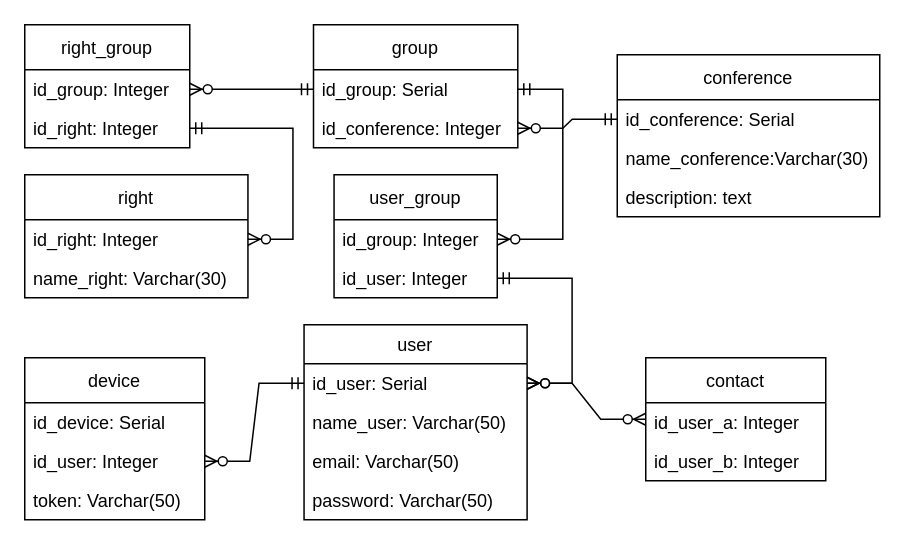
The draw.io diagram ТОАУ/ЛР4/2.drawio in eldarian-1/pstu, before the edit. Source tidied: cells renumbered, new cells numbered last; positions are measured from the earlier drawing's top-left corner, leaving out a move shared by most shapes. Both pictures are drawn from the tidied source at 150%, with x=0, y=0 at pixel (24, 24).
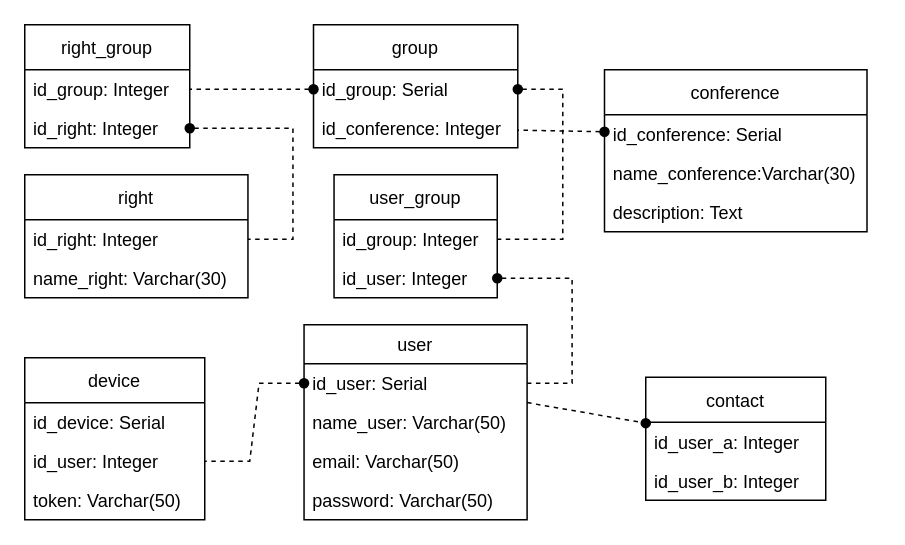
After the change.

Unchanged cells that the change refers to:
```xml
<mxCell id="3" value="id_group: Integer" style="text;strokeColor=none;fillColor=none;align=left;verticalAlign=top;spacingLeft=4;spacingRight=4;overflow=hidden;points=[[0,0.5],[1,0.5]];portConstraint=eastwest;" parent="2" vertex="1">
  <mxGeometry y="30" width="110" height="26" as="geometry" />
</mxCell>
<mxCell id="4" value="id_right: Integer" style="text;strokeColor=none;fillColor=none;align=left;verticalAlign=top;spacingLeft=4;spacingRight=4;overflow=hidden;points=[[0,0.5],[1,0.5]];portConstraint=eastwest;" parent="2" vertex="1">
  <mxGeometry y="56" width="110" height="26" as="geometry" />
</mxCell>
<mxCell id="6" value="id_user: Serial" style="text;strokeColor=none;fillColor=none;align=left;verticalAlign=top;spacingLeft=4;spacingRight=4;overflow=hidden;points=[[0,0.5],[1,0.5]];portConstraint=eastwest;" parent="5" vertex="1">
  <mxGeometry y="26" width="148.7" height="26" as="geometry" />
</mxCell>
<mxCell id="14" value="id_right: Integer" style="text;strokeColor=none;fillColor=none;align=left;verticalAlign=top;spacingLeft=4;spacingRight=4;overflow=hidden;points=[[0,0.5],[1,0.5]];portConstraint=eastwest;" parent="13" vertex="1">
  <mxGeometry y="30" width="148.8" height="26" as="geometry" />
</mxCell>
<mxCell id="18" value="id_user: Integer" style="text;strokeColor=none;fillColor=none;align=left;verticalAlign=top;spacingLeft=4;spacingRight=4;overflow=hidden;points=[[0,0.5],[1,0.5]];portConstraint=eastwest;" parent="16" vertex="1">
  <mxGeometry y="56" width="120" height="26" as="geometry" />
</mxCell>
<mxCell id="21" value="id_conference: Serial" style="text;strokeColor=none;fillColor=none;align=left;verticalAlign=top;spacingLeft=4;spacingRight=4;overflow=hidden;points=[[0,0.5],[1,0.5]];portConstraint=eastwest;" parent="20" vertex="1">
  <mxGeometry y="30" width="175" height="26" as="geometry" />
</mxCell>
<mxCell id="25" value="id_group: Integer" style="text;strokeColor=none;fillColor=none;align=left;verticalAlign=top;spacingLeft=4;spacingRight=4;overflow=hidden;points=[[0,0.5],[1,0.5]];portConstraint=eastwest;" parent="24" vertex="1">
  <mxGeometry y="30" width="108.8" height="26" as="geometry" />
</mxCell>
<mxCell id="26" value="id_user: Integer" style="text;strokeColor=none;fillColor=none;align=left;verticalAlign=top;spacingLeft=4;spacingRight=4;overflow=hidden;points=[[0,0.5],[1,0.5]];portConstraint=eastwest;" parent="24" vertex="1">
  <mxGeometry y="56" width="108.8" height="26" as="geometry" />
</mxCell>
<mxCell id="28" value="id_group: Serial" style="text;strokeColor=none;fillColor=none;align=left;verticalAlign=top;spacingLeft=4;spacingRight=4;overflow=hidden;points=[[0,0.5],[1,0.5]];portConstraint=eastwest;" parent="27" vertex="1">
  <mxGeometry y="30" width="136.2" height="26" as="geometry" />
</mxCell>
<mxCell id="29" value="id_conference: Integer" style="text;strokeColor=none;fillColor=none;align=left;verticalAlign=top;spacingLeft=4;spacingRight=4;overflow=hidden;points=[[0,0.5],[1,0.5]];portConstraint=eastwest;" parent="27" vertex="1">
  <mxGeometry y="56" width="136.2" height="26" as="geometry" />
</mxCell>
```

Diff of the diagram source:
```diff
@@
     <mxCell id="10" value="contact" style="swimlane;fontStyle=0;horizontal=1;startSize=30;fillColor=none;" parent="1" vertex="1">
-      <mxGeometry x="414" y="222" width="120" height="82" as="geometry" />
+      <mxGeometry x="414" y="235" width="120" height="82" as="geometry" />
     </mxCell>
@@
     <mxCell id="20" value="conference" style="swimlane;fontStyle=0;horizontal=1;startSize=30;fillColor=none;" parent="1" vertex="1">
-      <mxGeometry x="395" y="20" width="175" height="108" as="geometry" />
+      <mxGeometry x="386.5" y="30" width="175" height="108" as="geometry" />
     </mxCell>
@@
-    <mxCell id="23" value="description: text" style="text;strokeColor=none;fillColor=none;align=left;verticalAlign=top;spacingLeft=4;spacingRight=4;overflow=hidden;" parent="20" vertex="1">
+    <mxCell id="23" value="description: Text" style="text;strokeColor=none;fillColor=none;align=left;verticalAlign=top;spacingLeft=4;spacingRight=4;overflow=hidden;" parent="20" vertex="1">
       <mxGeometry y="82" width="175" height="26" as="geometry" />
     </mxCell>
@@
-    <mxCell id="30" style="edgeStyle=entityRelationEdgeStyle;fontSize=12;html=1;endArrow=ERzeroToMany;startArrow=ERmandOne;rounded=0;" parent="1" edge="1" source="21" target="29">
+    <mxCell id="30" style="fontSize=12;html=1;endArrow=none;startArrow=oval;rounded=0;startFill=1;endFill=0;dashed=1;" parent="1" edge="1" source="21" target="29">
       <mxGeometry relative="1" as="geometry" />
     </mxCell>
-    <mxCell id="31" style="edgeStyle=entityRelationEdgeStyle;fontSize=12;html=1;endArrow=ERzeroToMany;startArrow=ERmandOne;rounded=0;" parent="1" edge="1" source="28" target="3">
+    <mxCell id="31" style="edgeStyle=entityRelationEdgeStyle;fontSize=12;html=1;endArrow=none;startArrow=oval;rounded=0;startFill=1;endFill=0;dashed=1;" parent="1" edge="1" source="28" target="3">
       <mxGeometry relative="1" as="geometry" />
     </mxCell>
-    <mxCell id="32" style="edgeStyle=entityRelationEdgeStyle;fontSize=12;html=1;endArrow=ERzeroToMany;startArrow=ERmandOne;rounded=0;" parent="1" edge="1" source="28" target="25">
+    <mxCell id="32" style="edgeStyle=entityRelationEdgeStyle;fontSize=12;html=1;endArrow=none;startArrow=oval;rounded=0;startFill=1;endFill=0;dashed=1;" parent="1" edge="1" source="28" target="25">
       <mxGeometry relative="1" as="geometry" />
     </mxCell>
-    <mxCell id="33" style="edgeStyle=entityRelationEdgeStyle;fontSize=12;html=1;endArrow=ERzeroToMany;startArrow=ERmandOne;rounded=0;" parent="1" edge="1" source="26" target="6">
+    <mxCell id="33" style="edgeStyle=entityRelationEdgeStyle;fontSize=12;html=1;endArrow=none;startArrow=oval;rounded=0;startFill=1;endFill=0;dashed=1;" parent="1" edge="1" source="26" target="6">
       <mxGeometry relative="1" as="geometry" />
     </mxCell>
-    <mxCell id="34" style="edgeStyle=entityRelationEdgeStyle;fontSize=12;html=1;endArrow=ERzeroToMany;startArrow=ERmandOne;rounded=0;" parent="1" edge="1" source="4" target="14">
+    <mxCell id="34" style="edgeStyle=entityRelationEdgeStyle;fontSize=12;html=1;endArrow=none;startArrow=oval;rounded=0;startFill=1;endFill=0;dashed=1;" parent="1" edge="1" source="4" target="14">
       <mxGeometry relative="1" as="geometry" />
     </mxCell>
-    <mxCell id="35" style="edgeStyle=entityRelationEdgeStyle;fontSize=12;html=1;endArrow=ERzeroToMany;startArrow=ERzeroToMany;rounded=0;startFill=0;" parent="1" edge="1" source="6" target="10">
+    <mxCell id="35" style="fontSize=12;html=1;endArrow=oval;startArrow=none;rounded=0;startFill=0;dashed=1;endFill=1;" parent="1" edge="1" source="6" target="10">
       <mxGeometry relative="1" as="geometry" />
     </mxCell>
-    <mxCell id="36" style="edgeStyle=entityRelationEdgeStyle;fontSize=12;html=1;endArrow=ERzeroToMany;startArrow=ERmandOne;rounded=0;" parent="1" edge="1" source="6" target="18">
+    <mxCell id="36" style="edgeStyle=entityRelationEdgeStyle;fontSize=12;html=1;endArrow=none;startArrow=oval;rounded=0;startFill=1;endFill=0;dashed=1;" parent="1" edge="1" source="6" target="18">
       <mxGeometry relative="1" as="geometry" />
     </mxCell>
```
